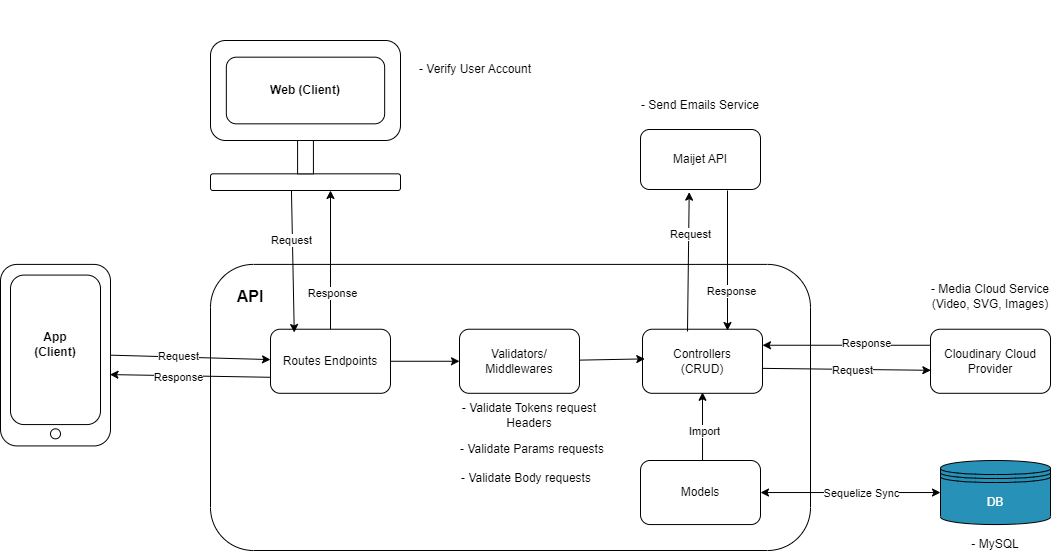
pedromst2000/Activulse keeps this draw.io diagram as images/Architecture.png. Above is the earlier version. Source tidied: cells renumbered, new cells last; positions are measured from the earlier drawing's top-left corner, leaving out a move shared by most shapes.
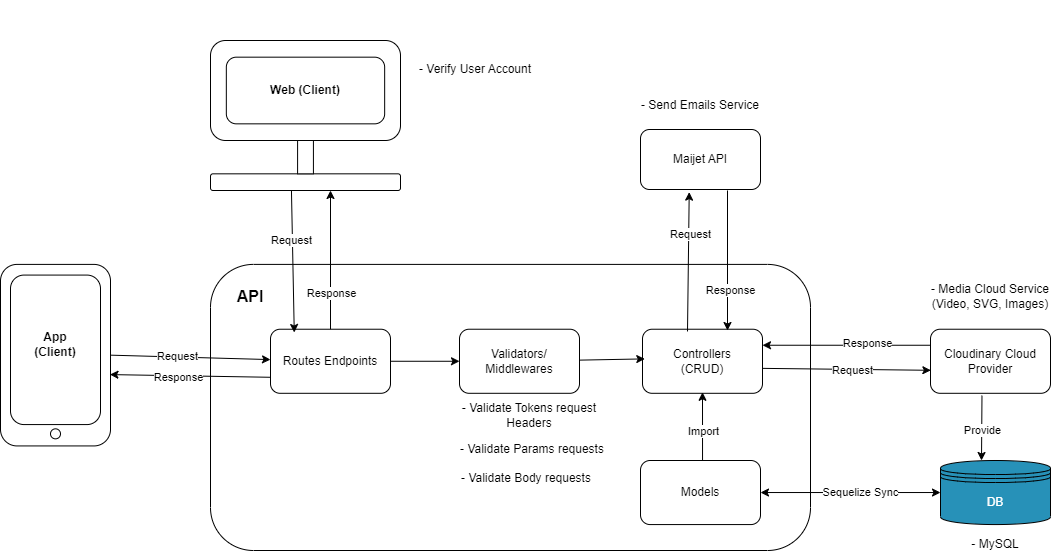
After the change.

Diff of the diagram source:
```diff
@@ -179,5 +179,15 @@
     <mxCell id="51" style="endArrow=classic;html=1;rounded=0;exitX=1;exitY=0.5;exitDx=0;exitDy=0;entryX=0;entryY=0.5;entryDx=0;entryDy=0;" parent="3" edge="1" source="14" target="15">
       <mxGeometry relative="1" as="geometry" />
     </mxCell>
+    <mxCell id="52" style="endArrow=classic;html=1;rounded=0;exitX=0.429;exitY=1.036;exitDx=0;exitDy=0;exitPerimeter=0;" parent="1" edge="1" source="6">
+      <mxGeometry relative="1" as="geometry">
+        <mxPoint x="981" y="460" as="targetPoint" />
+      </mxGeometry>
+    </mxCell>
+    <mxCell id="53" value="Provide" style="edgeLabel;html=1;align=center;verticalAlign=middle;" parent="52" vertex="1">
+      <mxGeometry x="-0.04" relative="1" as="geometry">
+        <mxPoint y="4" as="offset" />
+      </mxGeometry>
+    </mxCell>
   </root>
 </mxGraphModel>
```
